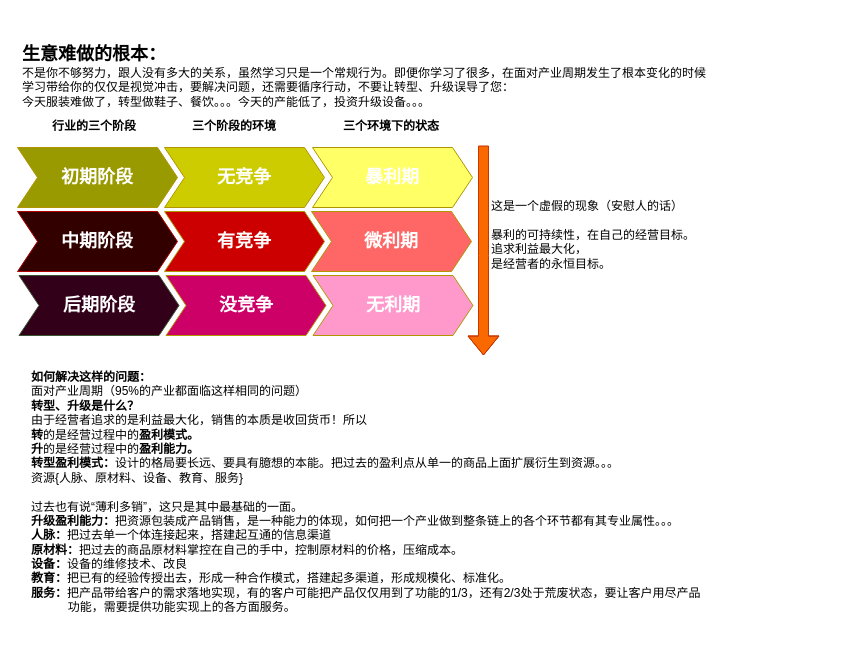
UTOUUCENTER-CD/draw.io keeps this draw.io diagram as 生意难做之根本.drawio. Above is the earlier version. Source tidied: cells renumbered, new cells numbered last; positions are measured from the earlier drawing's top-left corner, leaving out a move shared by most shapes. Both pictures are drawn from the tidied source at 100%, with x=0, y=0 at pixel (17, 27).
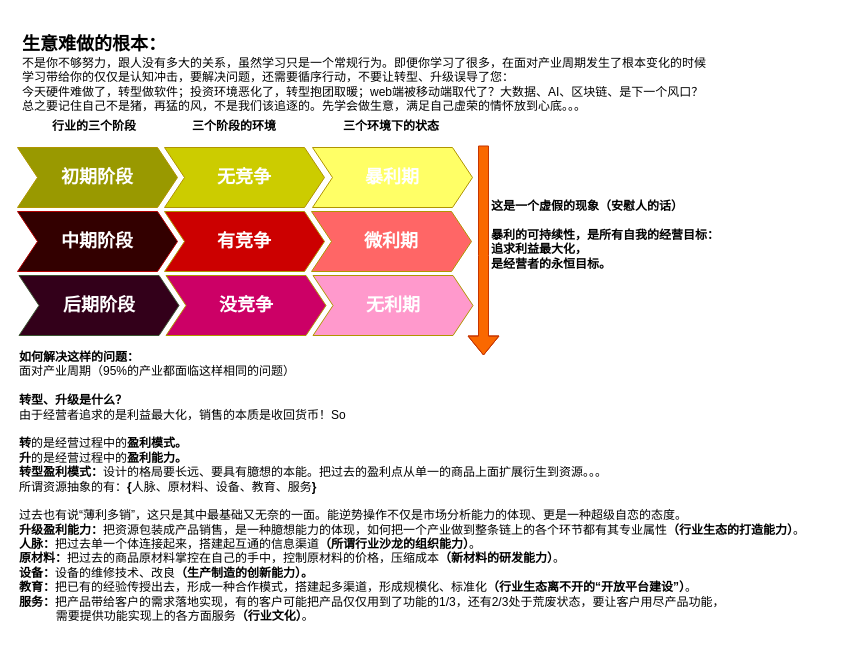
After the change.

Commit message:
Update 生意难做之根本.drawio

What changed in the source:
```diff
@@
-    <mxCell id="2" value="&lt;br&gt;&lt;b&gt;&lt;font style=&quot;font-size: 18px&quot;&gt;生意难做的根本：&lt;/font&gt;&lt;/b&gt;&lt;br&gt;不是你不够努力，跟人没有多大的关系，虽然学习只是一个常规行为。即便你学习了很多，在面对产业周期发生了根本变化的时候&lt;br&gt;学习带给你的仅仅是视觉冲击，要解决问题，还需要循序行动，不要让转型、升级误导了您：&lt;br&gt;今天服装难做了，转型做鞋子、餐饮。。。今天的产能低了，投资升级设备。。。&lt;br&gt;" style="text;html=1;align=left;verticalAlign=top;spacingTop=-4;" parent="1" vertex="1">
-      <mxGeometry x="2.5" width="700" height="70" as="geometry" />
+    <mxCell id="2" value="&lt;br&gt;&lt;b&gt;&lt;font style=&quot;font-size: 18px&quot;&gt;生意难做的根本：&lt;/font&gt;&lt;/b&gt;&lt;br&gt;不是你不够努力，跟人没有多大的关系，虽然学习只是一个常规行为。即便你学习了很多，在面对产业周期发生了根本变化的时候&lt;br&gt;学习带给你的仅仅是认知冲击，要解决问题，还需要循序行动，不要让转型、升级误导了您：&lt;br&gt;今天硬件难做了，转型做软件；投资环境恶化了，转型抱团取暖；web端被移动端取代了？大数据、AI、区块链、是下一个风口？&lt;br&gt;总之要记住自己不是猪，再猛的风，不是我们该追逐的。先学会做生意，满足自己虚荣的情怀放到心底。。。&lt;br&gt;" style="text;html=1;align=left;verticalAlign=top;spacingTop=-4;" parent="1" vertex="1">
+      <mxGeometry x="2.5" y="-10" width="700" height="90" as="geometry" />
     </mxCell>
@@
-    <mxCell id="18" value="&lt;b&gt;如何解决这样的问题：&lt;/b&gt;&lt;br&gt;面对产业周期（95%的产业都面临这样相同的问题）&lt;br&gt;&lt;b&gt;转型、升级是什么？&lt;/b&gt;&lt;br&gt;由于经营者追求的是利益最大化，销售的本质是收回货币！所以&lt;br&gt;&lt;b&gt;转&lt;/b&gt;的是经营过程中的&lt;b&gt;盈利模式。&lt;/b&gt;&lt;br&gt;&lt;b&gt;升&lt;/b&gt;的是经营过程中的&lt;b&gt;盈利能力。&lt;/b&gt;&lt;br&gt;&lt;b&gt;转型盈利模式：&lt;/b&gt;设计的格局要长远、要具有臆想的本能。把过去的盈利点从单一的商品上面扩展衍生到资源。。。&lt;br&gt;资源{人脉、原材料、设备、教育、服务}&lt;br&gt;&lt;br&gt;过去也有说“薄利多销”，这只是其中最基础的一面。&lt;b&gt;&lt;br&gt;升级盈利能力：&lt;/b&gt;把资源包装成产品销售，是一种能力的体现，如何把一个产业做到整条链上的各个环节都有其专业属性。。。&lt;br&gt;&lt;b&gt;人脉：&lt;/b&gt;把过去单一个体连接起来，搭建起互通的信息渠道&lt;br&gt;&lt;b&gt;原材料：&lt;/b&gt;把过去的商品原材料掌控在自己的手中，控制原材料的价格，压缩成本。&lt;br&gt;&lt;b&gt;设备：&lt;/b&gt;设备的维修技术、改良&lt;br&gt;&lt;b&gt;教育：&lt;/b&gt;把已有的经验传授出去，形成一种合作模式，搭建起多渠道，形成规模化、标准化。&lt;br&gt;&lt;b&gt;服务：&lt;/b&gt;把产品带给客户的需求落地实现，有的客户可能把产品仅仅用到了功能的1/3，还有2/3处于荒废状态，要让客户用尽产品&lt;br&gt;&amp;nbsp; &amp;nbsp; &amp;nbsp; &amp;nbsp; &amp;nbsp; &amp;nbsp;功能，需要提供功能实现上的各方面服务。&lt;br&gt;&lt;br&gt;" style="text;html=1;align=left;verticalAlign=top;spacingTop=-4;" parent="1" vertex="1">
-      <mxGeometry x="12" y="340" width="680" height="250" as="geometry" />
+    <mxCell id="18" value="&lt;b&gt;如何解决这样的问题：&lt;/b&gt;&lt;br&gt;面对产业周期（95%的产业都面临这样相同的问题）&lt;br&gt;&lt;br&gt;&lt;b&gt;转型、升级是什么？&lt;/b&gt;&lt;br&gt;由于经营者追求的是利益最大化，销售的本质是收回货币！So&lt;br&gt;&lt;br&gt;&lt;b&gt;转&lt;/b&gt;的是经营过程中的&lt;b&gt;盈利模式。&lt;/b&gt;&lt;br&gt;&lt;b&gt;升&lt;/b&gt;的是经营过程中的&lt;b&gt;盈利能力。&lt;/b&gt;&lt;br&gt;&lt;b&gt;转型盈利模式：&lt;/b&gt;设计的格局要长远、要具有臆想的本能。把过去的盈利点从单一的商品上面扩展衍生到资源。。。&lt;br&gt;所谓资源抽象的有：&lt;b&gt;{&lt;/b&gt;人脉、原材料、设备、教育、服务&lt;b&gt;}&lt;/b&gt;&lt;br&gt;&lt;br&gt;过去也有说“薄利多销”，这只是其中最基础又无奈的一面。能逆势操作不仅是市场分析能力的体现、更是一种超级自恋的态度。&lt;b&gt;&lt;br&gt;升级盈利能力：&lt;/b&gt;把资源包装成产品销售，是一种臆想能力的体现，如何把一个产业做到整条链上的各个环节都有其专业属性&lt;b&gt;（行业生态的打造能力）&lt;/b&gt;。&lt;br&gt;&lt;b&gt;人脉：&lt;/b&gt;把过去单一个体连接起来，搭建起互通的信息渠道&lt;b&gt;（所谓行业沙龙的组织能力）&lt;/b&gt;。&lt;br&gt;&lt;b&gt;原材料：&lt;/b&gt;把过去的商品原材料掌控在自己的手中，控制原材料的价格，压缩成本&lt;b&gt;（新材料的研发能力）&lt;/b&gt;。&lt;br&gt;&lt;b&gt;设备：&lt;/b&gt;设备的维修技术、改良&lt;b&gt;（生产制造的创新能力）。&lt;/b&gt;&lt;br&gt;&lt;b&gt;教育：&lt;/b&gt;把已有的经验传授出去，形成一种合作模式，搭建起多渠道，形成规模化、标准化&lt;b&gt;（行业生态离不开的“&lt;/b&gt;&lt;b&gt;开放平台建设&lt;/b&gt;&lt;b&gt;”）&lt;/b&gt;。&amp;nbsp; &amp;nbsp;&amp;nbsp;&lt;br&gt;&lt;b&gt;服务：&lt;/b&gt;把产品带给客户的需求落地实现，有的客户可能把产品仅仅用到了功能的1/3，还有2/3处于荒废状态，要让客户用尽产品功能，&lt;br&gt;&amp;nbsp; &amp;nbsp; &amp;nbsp; &amp;nbsp; &amp;nbsp; &amp;nbsp;需要提供功能实现上的各方面服务&lt;b&gt;（行业文化）&lt;/b&gt;。&lt;br&gt;&lt;br&gt;" style="text;html=1;align=left;verticalAlign=top;spacingTop=-4;" parent="1" vertex="1">
+      <mxGeometry y="320" width="810" height="280" as="geometry" />
     </mxCell>
@@
-    <mxCell id="20" value="这是一个虚假的现象（安慰人的话）&lt;br&gt;&lt;br&gt;暴利的可持续性，在自己的经营目标。&lt;br&gt;追求利益最大化，&lt;br&gt;是经营者的永恒目标。&lt;br&gt;&lt;br&gt;" style="text;html=1;align=left;verticalAlign=top;spacingTop=-4;" parent="1" vertex="1">
-      <mxGeometry x="472" y="169" width="220" height="90" as="geometry" />
+    <mxCell id="20" value="&lt;b&gt;这是一个虚假的现象（安慰人的话）&lt;br&gt;&lt;br&gt;暴利的可持续性，是所有自我的经营目标：&lt;br&gt;追求利益最大化，&lt;br&gt;是经营者的永恒目标。&lt;br&gt;&lt;/b&gt;&lt;br&gt;" style="text;html=1;align=left;verticalAlign=top;spacingTop=-4;" parent="1" vertex="1">
+      <mxGeometry x="472" y="169" width="240" height="90" as="geometry" />
     </mxCell>
```
